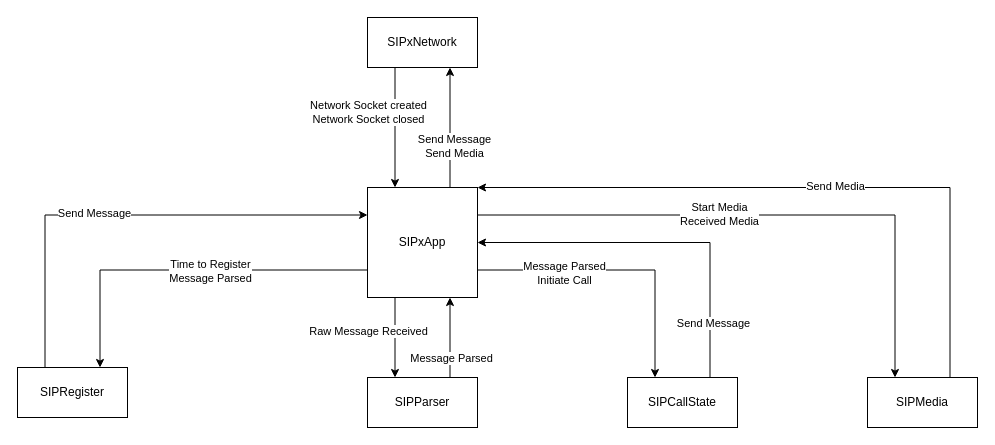
This is page "Event-Flow" (2 of 4) of doc/class_overview.drawio from dkuehnl/Project_SIPx, a draw.io file, before an edit. Source tidied: cells renumbered, new cells numbered last; positions are measured from the earlier drawing's top-left corner, leaving out a move shared by most shapes. Both pictures are drawn from the tidied source at 100%, with x=0, y=0 at pixel (17, 17).
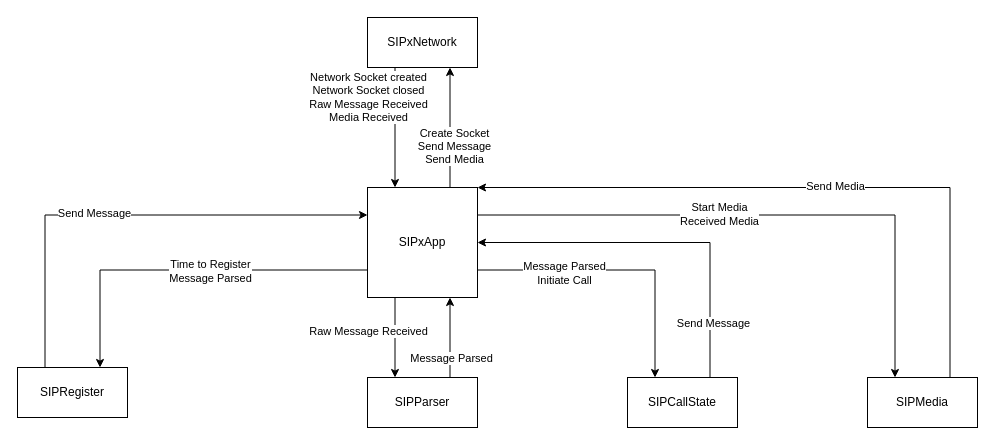
After the change.

Commit message:
updated documentation with network-diagram

The change refers to these unchanged cells:
```xml
<mxCell id="5" style="edgeStyle=orthogonalEdgeStyle;rounded=0;jettySize=auto;html=1;exitX=0.25;exitY=1;exitDx=0;exitDy=0;entryX=0.25;entryY=0;entryDx=0;entryDy=0;" parent="1" edge="1" source="7" target="18">
  <mxGeometry relative="1" as="geometry" />
</mxCell>
<mxCell id="16" style="edgeStyle=orthogonalEdgeStyle;rounded=0;jettySize=auto;html=1;exitX=0.75;exitY=0;exitDx=0;exitDy=0;entryX=0.75;entryY=1;entryDx=0;entryDy=0;" parent="1" edge="1" source="18" target="7">
  <mxGeometry relative="1" as="geometry" />
</mxCell>
```

Diff of the diagram source:
```diff
@@
-    <mxCell id="6" value="Network Socket created&lt;div&gt;Network Socket closed&lt;/div&gt;" style="edgeLabel;html=1;align=center;verticalAlign=middle;" parent="5" vertex="1">
+    <mxCell id="6" value="Network Socket created&lt;div&gt;Network Socket closed&lt;/div&gt;&lt;div&gt;Raw Message Received&lt;/div&gt;&lt;div&gt;Media Received&lt;/div&gt;" style="edgeLabel;html=1;align=center;verticalAlign=middle;" parent="5" vertex="1">
       <mxGeometry x="-0.26" y="-3" relative="1" as="geometry">
-        <mxPoint x="-24" as="offset" />
+        <mxPoint x="-24" y="-15" as="offset" />
       </mxGeometry>
     </mxCell>
@@
-    <mxCell id="17" value="Send Message&lt;div&gt;Send Media&lt;/div&gt;" style="edgeLabel;html=1;align=center;verticalAlign=middle;" parent="16" vertex="1">
+    <mxCell id="17" value="&lt;div&gt;Create Socket&lt;/div&gt;Send Message&lt;div&gt;Send Media&lt;/div&gt;" style="edgeLabel;html=1;align=center;verticalAlign=middle;" parent="16" vertex="1">
       <mxGeometry x="-0.3" y="-3" relative="1" as="geometry">
         <mxPoint x="1" as="offset" />
       </mxGeometry>
     </mxCell>
```
